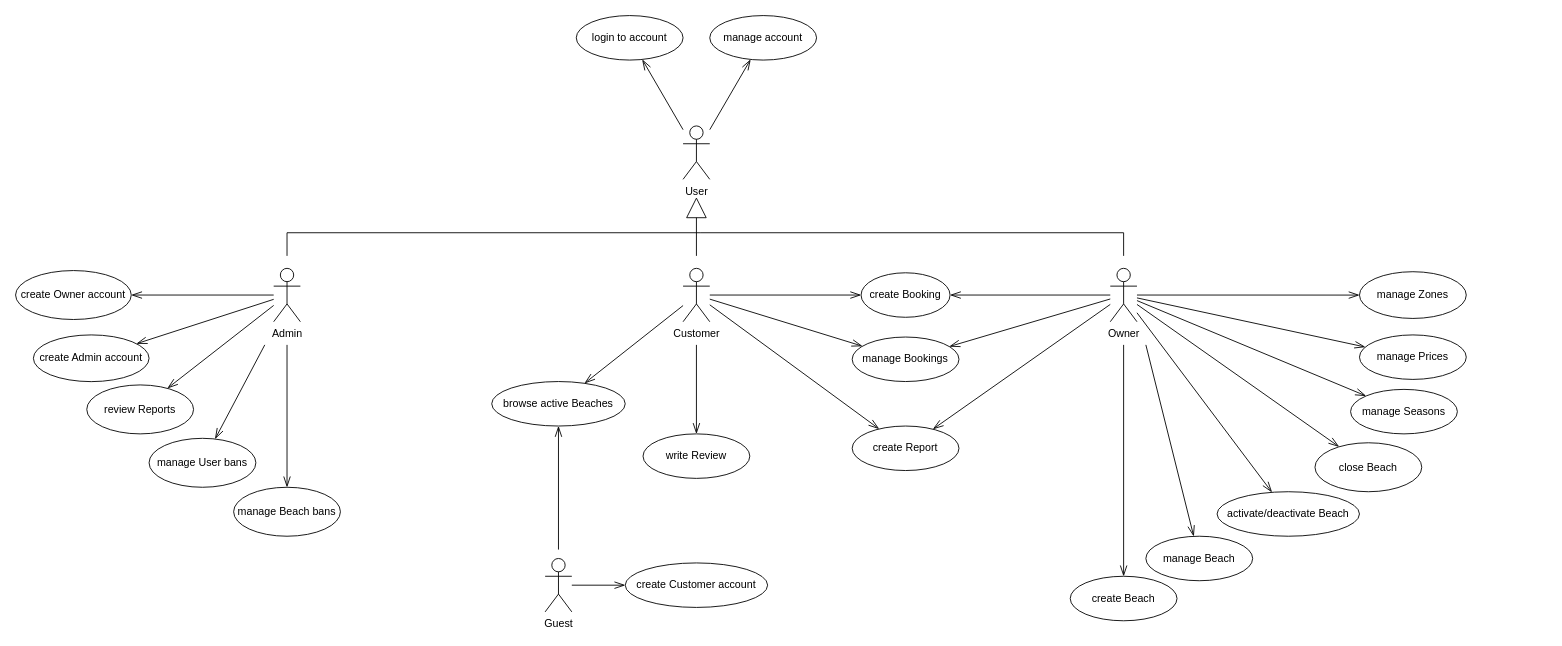
Above: UML/Diagramma Use Cases.drawio in Teengamer37/gestione_stabilimento_balneare (draw.io), before the change. Source tidied: cells renumbered, new cells numbered last; positions are measured from the earlier drawing's top-left corner, leaving out a move shared by most shapes. Both pictures are drawn from the tidied source at 89%, with x=0, y=0 at pixel (15, 15).
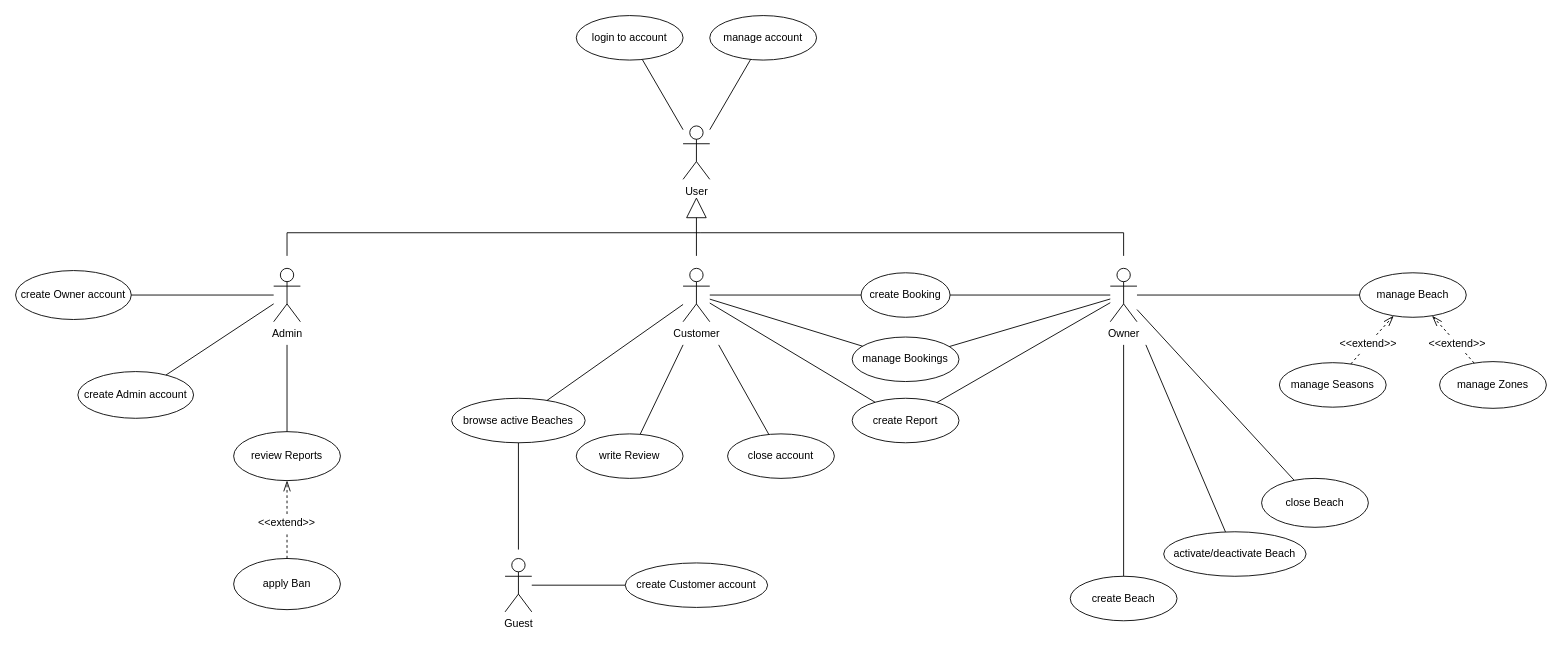
The same diagram, later.

Commit message (it also covers changes not shown here):
Fine creazione Use Case (diagramma + tabelle)

The change refers to these unchanged cells:
```xml
<mxCell id="3" value="create Customer account" style="ellipse;whiteSpace=wrap;html=1;" parent="1" vertex="1">
  <mxGeometry x="685" y="615" width="160" height="50" as="geometry" />
</mxCell>
<mxCell id="5" value="create Booking" style="ellipse;whiteSpace=wrap;html=1;" parent="1" vertex="1">
  <mxGeometry x="950" y="289" width="100" height="50" as="geometry" />
</mxCell>
<mxCell id="6" value="manage Bookings" style="ellipse;whiteSpace=wrap;html=1;" parent="1" vertex="1">
  <mxGeometry x="940" y="361.2" width="120" height="50" as="geometry" />
</mxCell>
<mxCell id="9" value="Admin" style="shape=umlActor;verticalLabelPosition=bottom;verticalAlign=top;html=1;outlineConnect=0;" parent="1" vertex="1">
  <mxGeometry x="290" y="284" width="30" height="60" as="geometry" />
</mxCell>
<mxCell id="11" value="User" style="shape=umlActor;verticalLabelPosition=bottom;verticalAlign=top;html=1;outlineConnect=0;" parent="1" vertex="1">
  <mxGeometry x="750" y="124" width="30" height="60" as="geometry" />
</mxCell>
<mxCell id="13" value="Customer" style="shape=umlActor;verticalLabelPosition=bottom;verticalAlign=top;html=1;outlineConnect=0;" parent="1" vertex="1">
  <mxGeometry x="750" y="284" width="30" height="60" as="geometry" />
</mxCell>
<mxCell id="15" value="Owner" style="shape=umlActor;verticalLabelPosition=bottom;verticalAlign=top;html=1;outlineConnect=0;" parent="1" vertex="1">
  <mxGeometry x="1230" y="284" width="30" height="60" as="geometry" />
</mxCell>
<mxCell id="22" value="login to account" style="ellipse;whiteSpace=wrap;html=1;" parent="1" vertex="1">
  <mxGeometry x="630" width="120" height="50" as="geometry" />
</mxCell>
<mxCell id="23" value="manage account" style="ellipse;whiteSpace=wrap;html=1;" parent="1" vertex="1">
  <mxGeometry x="780" width="120" height="50" as="geometry" />
</mxCell>
<mxCell id="27" value="create Beach" style="ellipse;whiteSpace=wrap;html=1;" parent="1" vertex="1">
  <mxGeometry x="1185" y="630" width="120" height="50" as="geometry" />
</mxCell>
<mxCell id="42" value="create Owner account" style="ellipse;whiteSpace=wrap;html=1;" parent="1" vertex="1">
  <mxGeometry y="286.5" width="130" height="55" as="geometry" />
</mxCell>
```

Diff of the diagram source:
```diff
@@
-    <mxCell id="2" style="rounded=0;jettySize=auto;html=1;endArrow=none;endFill=0;endSize=6;startArrow=openThin;startFill=0;startSize=10;" parent="1" edge="1" source="3" target="25">
+    <mxCell id="2" style="rounded=0;jettySize=auto;html=1;endArrow=none;endFill=0;endSize=6;startArrow=none;startFill=0;startSize=10;" parent="1" edge="1" source="3" target="25">
       <mxGeometry relative="1" as="geometry" />
     </mxCell>
@@
     <mxCell id="4" value="browse active Beaches" style="ellipse;whiteSpace=wrap;html=1;" parent="1" vertex="1">
-      <mxGeometry x="535" y="411.2" width="150" height="50" as="geometry" />
+      <mxGeometry x="490" y="430" width="150" height="50" as="geometry" />
     </mxCell>
@@
     <mxCell id="7" value="write Review" style="ellipse;whiteSpace=wrap;html=1;" parent="1" vertex="1">
-      <mxGeometry x="705" y="470" width="120" height="50" as="geometry" />
+      <mxGeometry x="630" y="470" width="120" height="50" as="geometry" />
     </mxCell>
     <mxCell id="8" value="create Report" style="ellipse;whiteSpace=wrap;html=1;" parent="1" vertex="1">
-      <mxGeometry x="940" y="461.2" width="120" height="50" as="geometry" />
+      <mxGeometry x="940" y="430" width="120" height="50" as="geometry" />
     </mxCell>
@@
-    <mxCell id="10" style="rounded=0;jettySize=auto;html=1;startArrow=none;startFill=0;endArrow=openThin;endFill=0;startSize=10;endSize=10;" parent="1" edge="1" source="11" target="22">
+    <mxCell id="10" style="rounded=0;jettySize=auto;html=1;startArrow=none;startFill=0;endArrow=none;endFill=0;startSize=10;endSize=10;" parent="1" edge="1" source="11" target="22">
       <mxGeometry relative="1" as="geometry" />
     </mxCell>
@@
-    <mxCell id="17" style="rounded=0;jettySize=auto;html=1;endArrow=none;endFill=0;endSize=6;startArrow=openThin;startFill=0;startSize=10;" parent="1" edge="1" source="4" target="13">
+    <mxCell id="17" style="rounded=0;jettySize=auto;html=1;endArrow=none;endFill=0;endSize=6;startArrow=none;startFill=0;startSize=10;" parent="1" edge="1" source="4" target="13">
       <mxGeometry relative="1" as="geometry" />
     </mxCell>
-    <mxCell id="18" style="rounded=0;jettySize=auto;html=1;endArrow=none;endFill=0;endSize=6;startArrow=openThin;startFill=0;startSize=10;" parent="1" edge="1" source="5" target="13">
+    <mxCell id="18" style="rounded=0;jettySize=auto;html=1;endArrow=none;endFill=0;endSize=6;startArrow=none;startFill=0;startSize=10;" parent="1" edge="1" source="5" target="13">
       <mxGeometry relative="1" as="geometry" />
     </mxCell>
-    <mxCell id="19" style="rounded=0;jettySize=auto;html=1;endArrow=none;endFill=0;endSize=6;startArrow=openThin;startFill=0;startSize=10;" parent="1" edge="1" source="6" target="13">
+    <mxCell id="19" style="rounded=0;jettySize=auto;html=1;endArrow=none;endFill=0;endSize=6;startArrow=none;startFill=0;startSize=10;" parent="1" edge="1" source="6" target="13">
       <mxGeometry relative="1" as="geometry" />
     </mxCell>
-    <mxCell id="20" style="rounded=0;jettySize=auto;html=1;endArrow=none;endFill=0;endSize=6;startArrow=openThin;startFill=0;startSize=10;" parent="1" edge="1" source="7">
+    <mxCell id="20" style="rounded=0;jettySize=auto;html=1;endArrow=none;endFill=0;endSize=6;startArrow=none;startFill=0;startSize=10;" parent="1" edge="1" source="7">
       <mxGeometry relative="1" as="geometry">
-        <mxPoint x="765" y="370" as="targetPoint" />
+        <mxPoint x="750" y="370" as="targetPoint" />
       </mxGeometry>
     </mxCell>
-    <mxCell id="21" style="rounded=0;jettySize=auto;html=1;endArrow=none;endFill=0;endSize=6;startArrow=openThin;startFill=0;startSize=10;" parent="1" edge="1" source="8" target="13">
+    <mxCell id="21" style="rounded=0;jettySize=auto;html=1;endArrow=none;endFill=0;endSize=6;startArrow=none;startFill=0;startSize=10;" parent="1" edge="1" source="8" target="13">
       <mxGeometry relative="1" as="geometry" />
     </mxCell>
@@
-    <mxCell id="24" style="rounded=0;jettySize=auto;html=1;startArrow=none;startFill=0;endArrow=openThin;endFill=0;startSize=10;endSize=10;" parent="1" edge="1" source="11" target="23">
+    <mxCell id="24" style="rounded=0;jettySize=auto;html=1;startArrow=none;startFill=0;endArrow=none;endFill=0;startSize=10;endSize=10;" parent="1" edge="1" source="11" target="23">
       <mxGeometry relative="1" as="geometry" />
     </mxCell>
     <mxCell id="25" value="Guest" style="shape=umlActor;verticalLabelPosition=bottom;verticalAlign=top;html=1;outlineConnect=0;" parent="1" vertex="1">
-      <mxGeometry x="595" y="610" width="30" height="60" as="geometry" />
+      <mxGeometry x="550" y="610" width="30" height="60" as="geometry" />
     </mxCell>
-    <mxCell id="26" style="rounded=0;jettySize=auto;html=1;endArrow=none;endFill=0;endSize=6;startArrow=openThin;startFill=0;startSize=10;" parent="1" edge="1" source="4">
+    <mxCell id="26" style="rounded=0;jettySize=auto;html=1;endArrow=none;endFill=0;endSize=6;startArrow=none;startFill=0;startSize=10;" parent="1" edge="1" source="4">
       <mxGeometry relative="1" as="geometry">
-        <mxPoint x="610" y="600" as="targetPoint" />
+        <mxPoint x="565" y="600" as="targetPoint" />
       </mxGeometry>
     </mxCell>
@@
     <mxCell id="28" value="activate/deactivate Beach" style="ellipse;whiteSpace=wrap;html=1;" parent="1" vertex="1">
-      <mxGeometry x="1350" y="535" width="160" height="50" as="geometry" />
+      <mxGeometry x="1290" y="580" width="160" height="50" as="geometry" />
     </mxCell>
     <mxCell id="29" value="manage Beach" style="ellipse;whiteSpace=wrap;html=1;" parent="1" vertex="1">
-      <mxGeometry x="1270" y="585" width="120" height="50" as="geometry" />
+      <mxGeometry x="1510" y="289" width="120" height="50" as="geometry" />
     </mxCell>
     <mxCell id="30" value="manage Seasons" style="ellipse;whiteSpace=wrap;html=1;" parent="1" vertex="1">
-      <mxGeometry x="1500" y="420" width="120" height="50" as="geometry" />
+      <mxGeometry x="1420" y="390" width="120" height="50" as="geometry" />
     </mxCell>
-    <mxCell id="31" value="manage Prices" style="ellipse;whiteSpace=wrap;html=1;" parent="1" vertex="1">
-      <mxGeometry x="1510" y="358.8" width="120" height="50" as="geometry" />
-    </mxCell>
     <mxCell id="32" value="manage Zones" style="ellipse;whiteSpace=wrap;html=1;" parent="1" vertex="1">
-      <mxGeometry x="1510" y="287.8" width="120" height="52.5" as="geometry" />
+      <mxGeometry x="1600" y="388.8" width="120" height="52.5" as="geometry" />
     </mxCell>
-    <mxCell id="33" style="rounded=0;jettySize=auto;html=1;endArrow=none;endFill=0;endSize=6;startArrow=openThin;startFill=0;startSize=10;" parent="1" edge="1" source="5" target="15">
+    <mxCell id="33" style="rounded=0;jettySize=auto;html=1;endArrow=none;endFill=0;endSize=6;startArrow=none;startFill=0;startSize=10;" parent="1" edge="1" source="5" target="15">
       <mxGeometry relative="1" as="geometry" />
     </mxCell>
-    <mxCell id="34" style="rounded=0;jettySize=auto;html=1;endArrow=none;endFill=0;endSize=6;startArrow=openThin;startFill=0;startSize=10;" parent="1" edge="1" source="27">
+    <mxCell id="34" style="rounded=0;jettySize=auto;html=1;endArrow=none;endFill=0;endSize=6;startArrow=none;startFill=0;startSize=10;" parent="1" edge="1" source="27">
       <mxGeometry relative="1" as="geometry">
         <mxPoint x="1245" y="370" as="targetPoint" />
       </mxGeometry>
     </mxCell>
-    <mxCell id="35" style="rounded=0;jettySize=auto;html=1;endArrow=none;endFill=0;endSize=6;startArrow=openThin;startFill=0;startSize=10;" parent="1" edge="1" source="28" target="15">
-      <mxGeometry relative="1" as="geometry" />
+    <mxCell id="35" style="rounded=0;jettySize=auto;html=1;endArrow=none;endFill=0;endSize=6;startArrow=none;startFill=0;startSize=10;" parent="1" edge="1" source="28">
+      <mxGeometry relative="1" as="geometry">
+        <mxPoint x="1270" y="370" as="targetPoint" />
+      </mxGeometry>
     </mxCell>
-    <mxCell id="36" style="rounded=0;jettySize=auto;html=1;endArrow=none;endFill=0;endSize=6;startArrow=openThin;startFill=0;startSize=10;" parent="1" edge="1" source="29">
-      <mxGeometry relative="1" as="geometry">
-        <mxPoint x="1270" y="370" as="targetPoint" />
-      </mxGeometry>
+    <mxCell id="36" style="rounded=0;jettySize=auto;html=1;endArrow=none;endFill=0;endSize=6;startArrow=none;startFill=0;startSize=10;" parent="1" edge="1" source="29" target="15">
+      <mxGeometry relative="1" as="geometry" />
     </mxCell>
-    <mxCell id="37" style="rounded=0;jettySize=auto;html=1;endArrow=none;endFill=0;endSize=6;startArrow=openThin;startFill=0;startSize=10;" parent="1" edge="1" source="30" target="15">
+    <mxCell id="37" style="rounded=0;jettySize=auto;html=1;endArrow=openThin;endFill=0;endSize=10;startArrow=none;startFill=0;startSize=10;dashed=1;" parent="1" edge="1" source="56" target="29">
       <mxGeometry relative="1" as="geometry" />
     </mxCell>
-    <mxCell id="38" style="rounded=0;jettySize=auto;html=1;endArrow=none;endFill=0;endSize=6;startArrow=openThin;startFill=0;startSize=10;" parent="1" edge="1" source="31" target="15">
-      <mxGeometry relative="1" as="geometry" />
-    </mxCell>
-    <mxCell id="39" style="rounded=0;jettySize=auto;html=1;endArrow=none;endFill=0;endSize=6;startArrow=openThin;startFill=0;startSize=10;" parent="1" edge="1" source="32" target="15">
+    <mxCell id="39" style="rounded=0;jettySize=auto;html=1;endArrow=openThin;endFill=0;endSize=10;startArrow=none;startFill=0;startSize=10;dashed=1;" parent="1" edge="1" source="58" target="29">
       <mxGeometry relative="1" as="geometry" />
     </mxCell>
-    <mxCell id="40" style="rounded=0;jettySize=auto;html=1;endArrow=none;endFill=0;endSize=6;startArrow=openThin;startFill=0;startSize=10;" parent="1" edge="1" source="6" target="15">
+    <mxCell id="40" style="rounded=0;jettySize=auto;html=1;endArrow=none;endFill=0;endSize=6;startArrow=none;startFill=0;startSize=10;" parent="1" edge="1" source="6" target="15">
       <mxGeometry relative="1" as="geometry" />
     </mxCell>
-    <mxCell id="41" style="rounded=0;jettySize=auto;html=1;endArrow=none;endFill=0;endSize=6;startArrow=openThin;startFill=0;startSize=10;" parent="1" edge="1" source="8" target="15">
+    <mxCell id="41" style="rounded=0;jettySize=auto;html=1;endArrow=none;endFill=0;endSize=6;startArrow=none;startFill=0;startSize=10;" parent="1" edge="1" source="8" target="15">
       <mxGeometry relative="1" as="geometry" />
     </mxCell>
@@
     <mxCell id="43" value="create Admin account" style="ellipse;whiteSpace=wrap;html=1;" parent="1" vertex="1">
-      <mxGeometry x="20" y="358.8" width="130" height="52.5" as="geometry" />
+      <mxGeometry x="70" y="400" width="130" height="52.5" as="geometry" />
     </mxCell>
     <mxCell id="44" value="review Reports" style="ellipse;whiteSpace=wrap;html=1;" parent="1" vertex="1">
-      <mxGeometry x="80" y="415" width="120" height="55" as="geometry" />
+      <mxGeometry x="245" y="467.5" width="120" height="55" as="geometry" />
     </mxCell>
-    <mxCell id="45" value="manage User bans" style="ellipse;whiteSpace=wrap;html=1;" parent="1" vertex="1">
-      <mxGeometry x="150" y="475" width="120" height="55" as="geometry" />
-    </mxCell>
-    <mxCell id="46" value="manage Beach bans" style="ellipse;whiteSpace=wrap;html=1;" parent="1" vertex="1">
-      <mxGeometry x="245" y="530" width="120" height="55" as="geometry" />
-    </mxCell>
-    <mxCell id="47" style="rounded=0;jettySize=auto;html=1;endArrow=none;endFill=0;endSize=6;startArrow=openThin;startFill=0;startSize=10;" parent="1" edge="1" source="42" target="9">
+    <mxCell id="47" style="rounded=0;jettySize=auto;html=1;endArrow=none;endFill=0;endSize=6;startArrow=none;startFill=0;startSize=10;" parent="1" edge="1" source="42" target="9">
       <mxGeometry relative="1" as="geometry" />
     </mxCell>
-    <mxCell id="48" style="rounded=0;jettySize=auto;html=1;endArrow=none;endFill=0;endSize=6;startArrow=openThin;startFill=0;startSize=10;" parent="1" edge="1" source="43" target="9">
+    <mxCell id="48" style="rounded=0;jettySize=auto;html=1;endArrow=none;endFill=0;endSize=6;startArrow=none;startFill=0;startSize=10;" parent="1" edge="1" source="43" target="9">
       <mxGeometry relative="1" as="geometry" />
     </mxCell>
-    <mxCell id="49" style="rounded=0;jettySize=auto;html=1;endArrow=none;endFill=0;endSize=6;startArrow=openThin;startFill=0;startSize=10;" parent="1" edge="1" source="44" target="9">
-      <mxGeometry relative="1" as="geometry" />
+    <mxCell id="49" style="rounded=0;jettySize=auto;html=1;endArrow=none;endFill=0;endSize=6;startArrow=none;startFill=0;startSize=10;" parent="1" edge="1" source="44">
+      <mxGeometry relative="1" as="geometry">
+        <mxPoint x="305" y="370" as="targetPoint" />
+      </mxGeometry>
     </mxCell>
-    <mxCell id="50" style="rounded=0;jettySize=auto;html=1;endArrow=none;endFill=0;endSize=6;startArrow=openThin;startFill=0;startSize=10;" parent="1" edge="1" source="45">
-      <mxGeometry relative="1" as="geometry">
-        <mxPoint x="280" y="370" as="targetPoint" />
-      </mxGeometry>
-    </mxCell>
-    <mxCell id="51" style="rounded=0;jettySize=auto;html=1;endArrow=none;endFill=0;endSize=6;startArrow=openThin;startFill=0;startSize=10;" parent="1" edge="1" source="46">
-      <mxGeometry relative="1" as="geometry">
-        <mxPoint x="305" y="370" as="targetPoint" />
-      </mxGeometry>
-    </mxCell>
     <mxCell id="52" value="close Beach" style="ellipse;whiteSpace=wrap;html=1;" parent="1" vertex="1">
-      <mxGeometry x="1460" y="480" width="120" height="55" as="geometry" />
+      <mxGeometry x="1400" y="520" width="120" height="55" as="geometry" />
     </mxCell>
-    <mxCell id="53" style="rounded=0;jettySize=auto;html=1;endArrow=none;endFill=0;endSize=6;startArrow=openThin;startFill=0;startSize=10;" parent="1" edge="1" source="52" target="15">
+    <mxCell id="53" style="rounded=0;jettySize=auto;html=1;endArrow=none;endFill=0;endSize=6;startArrow=none;startFill=0;startSize=10;" parent="1" edge="1" source="52" target="15">
       <mxGeometry relative="1" as="geometry" />
     </mxCell>
+    <mxCell id="54" value="close account" style="ellipse;whiteSpace=wrap;html=1;" parent="1" vertex="1">
+      <mxGeometry x="800" y="470" width="120" height="50" as="geometry" />
+    </mxCell>
+    <mxCell id="55" style="rounded=0;jettySize=auto;html=1;endArrow=none;endFill=0;endSize=6;startArrow=none;startFill=0;startSize=10;" parent="1" edge="1" source="54">
+      <mxGeometry relative="1" as="geometry">
+        <mxPoint x="790" y="370" as="targetPoint" />
+      </mxGeometry>
+    </mxCell>
+    <mxCell id="56" value="&amp;lt;&amp;lt;extend&amp;gt;&amp;gt;" style="text;html=1;strokeColor=none;fillColor=none;align=center;verticalAlign=middle;whiteSpace=wrap;rounded=0;" parent="1" vertex="1">
+      <mxGeometry x="1490" y="358.8" width="60" height="20" as="geometry" />
+    </mxCell>
+    <mxCell id="57" style="rounded=0;jettySize=auto;html=1;endArrow=none;endFill=0;endSize=10;startArrow=none;startFill=0;startSize=10;dashed=1;" parent="1" edge="1" source="30" target="56">
+      <mxGeometry relative="1" as="geometry" />
+    </mxCell>
+    <mxCell id="58" value="&amp;lt;&amp;lt;extend&amp;gt;&amp;gt;" style="text;html=1;strokeColor=none;fillColor=none;align=center;verticalAlign=middle;whiteSpace=wrap;rounded=0;" parent="1" vertex="1">
+      <mxGeometry x="1590" y="358.8" width="60" height="20" as="geometry" />
+    </mxCell>
+    <mxCell id="59" style="rounded=0;jettySize=auto;html=1;endArrow=none;endFill=0;endSize=10;startArrow=none;startFill=0;startSize=10;dashed=1;" parent="1" edge="1" source="32" target="58">
+      <mxGeometry relative="1" as="geometry" />
+    </mxCell>
+    <mxCell id="60" style="rounded=0;jettySize=auto;html=1;exitX=0.5;exitY=0;exitDx=0;exitDy=0;dashed=1;startArrow=none;startFill=0;endArrow=openThin;endFill=0;endSize=10;" parent="1" edge="1" source="62" target="44">
+      <mxGeometry relative="1" as="geometry" />
+    </mxCell>
+    <mxCell id="61" value="apply Ban" style="ellipse;whiteSpace=wrap;html=1;" parent="1" vertex="1">
+      <mxGeometry x="245" y="610" width="120" height="57.5" as="geometry" />
+    </mxCell>
+    <mxCell id="62" value="&amp;lt;&amp;lt;extend&amp;gt;&amp;gt;" style="text;html=1;strokeColor=none;fillColor=none;align=center;verticalAlign=middle;whiteSpace=wrap;rounded=0;" parent="1" vertex="1">
+      <mxGeometry x="275" y="560" width="60" height="20" as="geometry" />
+    </mxCell>
+    <mxCell id="63" style="rounded=0;jettySize=auto;html=1;exitX=0.5;exitY=0;exitDx=0;exitDy=0;dashed=1;startArrow=none;startFill=0;endArrow=none;endFill=0;endSize=10;" parent="1" edge="1" source="61" target="62">
+      <mxGeometry relative="1" as="geometry" />
+    </mxCell>
```
